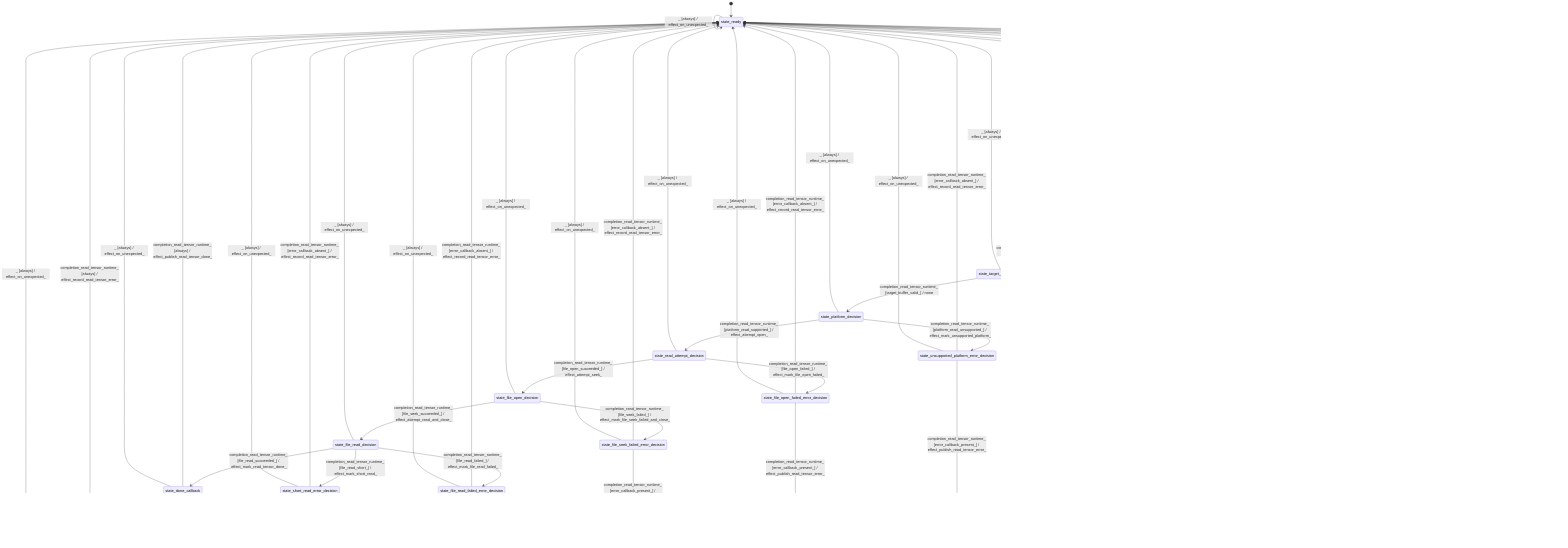
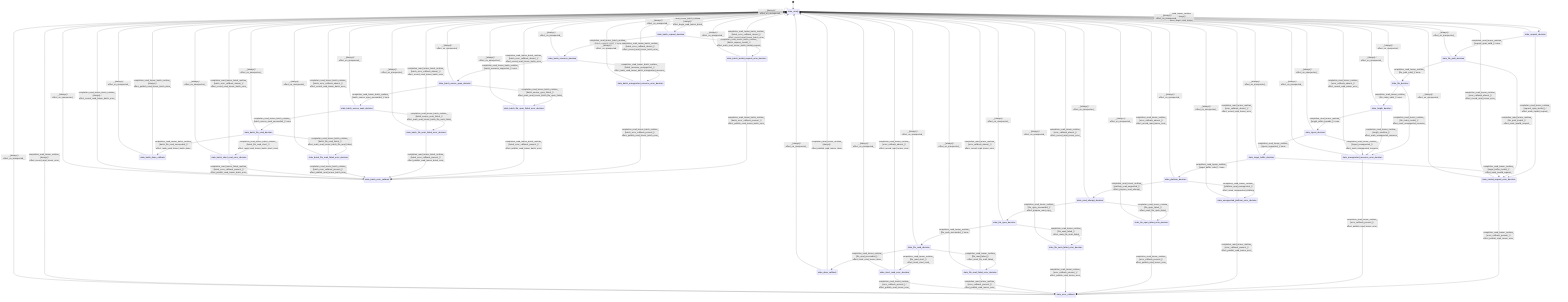
stateDiagram-v2
  direction TB
  [*] --> state_ready
  state_ready --> state_request_decision : read_tensor_runtime [always] / effect_begin_read_tensor_
  state_request_decision --> state_file_path_decision : completion_read_tensor_runtime_ [request_span_valid_] / none
  state_request_decision --> state_invalid_request_error_decision : completion_read_tensor_runtime_ [request_span_invalid_] / effect_mark_invalid_request_
  state_file_path_decision --> state_file_decision : completion_read_tensor_runtime_ [file_path_valid_] / none
  state_file_path_decision --> state_invalid_request_error_decision : completion_read_tensor_runtime_ [file_path_invalid_] / effect_mark_invalid_request_
  state_file_decision --> state_length_decision : completion_read_tensor_runtime_ [file_index_valid_] / none
  state_file_decision --> state_unsupported_resource_error_decision : completion_read_tensor_runtime_ [file_index_invalid_] / effect_mark_unsupported_resource_
  state_length_decision --> state_layout_decision : completion_read_tensor_runtime_ [length_within_bounds_] / none
  state_length_decision --> state_unsupported_resource_error_decision : completion_read_tensor_runtime_ [length_overflow_] / effect_mark_unsupported_resource_
  state_layout_decision --> state_target_buffer_decision : completion_read_tensor_runtime_ [layout_supported_] / none
  state_layout_decision --> state_unsupported_resource_error_decision : completion_read_tensor_runtime_ [layout_unsupported_] / effect_mark_unsupported_resource_
  state_target_buffer_decision --> state_platform_decision : completion_read_tensor_runtime_ [target_buffer_valid_] / none
  state_target_buffer_decision --> state_invalid_request_error_decision : completion_read_tensor_runtime_ [target_buffer_invalid_] / effect_mark_invalid_request_
-   state_platform_decision --> state_read_attempt_decision : completion_read_tensor_runtime_ [platform_read_supported_] / effect_attempt_open_
+   state_platform_decision --> state_read_attempt_decision : completion_read_tensor_runtime_ [platform_read_supported_] / effect_prepare_read_attempt_
  state_platform_decision --> state_unsupported_platform_error_decision : completion_read_tensor_runtime_ [platform_read_unsupported_] / effect_mark_unsupported_platform_
-   state_read_attempt_decision --> state_file_open_decision : completion_read_tensor_runtime_ [file_open_succeeded_] / effect_attempt_seek_
+   state_read_attempt_decision --> state_file_open_decision : completion_read_tensor_runtime_ [file_open_succeeded_] / effect_prepare_read_copy_
  state_read_attempt_decision --> state_file_open_failed_error_decision : completion_read_tensor_runtime_ [file_open_failed_] / effect_mark_file_open_failed_
-   state_file_open_decision --> state_file_read_decision : completion_read_tensor_runtime_ [file_seek_succeeded_] / effect_attempt_read_and_close_
-   state_file_open_decision --> state_file_seek_failed_error_decision : completion_read_tensor_runtime_ [file_seek_failed_] / effect_mark_file_seek_failed_and_close_
+   state_file_open_decision --> state_file_read_decision : completion_read_tensor_runtime_ [file_seek_succeeded_] / none
+   state_file_open_decision --> state_file_seek_failed_error_decision : completion_read_tensor_runtime_ [file_seek_failed_] / effect_mark_file_seek_failed_
  state_file_read_decision --> state_file_read_failed_error_decision : completion_read_tensor_runtime_ [file_read_failed_] / effect_mark_file_read_failed_
  state_file_read_decision --> state_short_read_error_decision : completion_read_tensor_runtime_ [file_read_short_] / effect_mark_short_read_
  state_file_read_decision --> state_done_callback : completion_read_tensor_runtime_ [file_read_succeeded_] / effect_mark_read_tensor_done_
  state_done_callback --> state_ready : completion_read_tensor_runtime_ [always] / effect_publish_read_tensor_done_
+   state_ready --> state_batch_request_decision : read_tensor_batch_runtime [always] / effect_begin_read_tensor_batch_
+   state_batch_request_decision --> state_batch_resource_decision : completion_read_tensor_batch_runtime_ [batch_request_valid_] / none
+   state_batch_request_decision --> state_batch_invalid_request_error_decision : completion_read_tensor_batch_runtime_ [batch_request_invalid_] / effect_mark_read_tensor_batch_invalid_request_
+   state_batch_resource_decision --> state_batch_source_open_decision : completion_read_tensor_batch_runtime_ [batch_resource_supported_] / none
+   state_batch_resource_decision --> state_batch_unsupported_resource_error_decision : completion_read_tensor_batch_runtime_ [batch_resource_unsupported_] / effect_mark_read_tensor_batch_unsupported_resource_
+   state_batch_source_open_decision --> state_batch_source_seek_decision : completion_read_tensor_batch_runtime_ [batch_source_open_succeeded_] / none
+   state_batch_source_open_decision --> state_batch_file_open_failed_error_decision : completion_read_tensor_batch_runtime_ [batch_source_open_failed_] / effect_mark_read_tensor_batch_file_open_failed_
+   state_batch_source_seek_decision --> state_batch_file_read_decision : completion_read_tensor_batch_runtime_ [batch_source_seek_succeeded_] / none
+   state_batch_source_seek_decision --> state_batch_file_seek_failed_error_decision : completion_read_tensor_batch_runtime_ [batch_source_seek_failed_] / effect_mark_read_tensor_batch_file_seek_failed_
+   state_batch_file_read_decision --> state_batch_file_read_failed_error_decision : completion_read_tensor_batch_runtime_ [batch_file_read_failed_] / effect_mark_read_tensor_batch_file_read_failed_
+   state_batch_file_read_decision --> state_batch_short_read_error_decision : completion_read_tensor_batch_runtime_ [batch_file_read_short_] / effect_mark_read_tensor_batch_short_read_
+   state_batch_file_read_decision --> state_batch_done_callback : completion_read_tensor_batch_runtime_ [batch_file_read_succeeded_] / effect_mark_read_tensor_batch_done_
+   state_batch_done_callback --> state_ready : completion_read_tensor_batch_runtime_ [always] / effect_publish_read_tensor_batch_done_
  state_invalid_request_error_decision --> state_error_callback : completion_read_tensor_runtime_ [error_callback_present_] / effect_publish_read_tensor_error_
  state_invalid_request_error_decision --> state_ready : completion_read_tensor_runtime_ [error_callback_absent_] / effect_record_read_tensor_error_
  state_unsupported_resource_error_decision --> state_error_callback : completion_read_tensor_runtime_ [error_callback_present_] / effect_publish_read_tensor_error_
  state_unsupported_resource_error_decision --> state_ready : completion_read_tensor_runtime_ [error_callback_absent_] / effect_record_read_tensor_error_
  state_unsupported_platform_error_decision --> state_error_callback : completion_read_tensor_runtime_ [error_callback_present_] / effect_publish_read_tensor_error_
  state_unsupported_platform_error_decision --> state_ready : completion_read_tensor_runtime_ [error_callback_absent_] / effect_record_read_tensor_error_
  state_file_open_failed_error_decision --> state_error_callback : completion_read_tensor_runtime_ [error_callback_present_] / effect_publish_read_tensor_error_
  state_file_open_failed_error_decision --> state_ready : completion_read_tensor_runtime_ [error_callback_absent_] / effect_record_read_tensor_error_
  state_file_seek_failed_error_decision --> state_error_callback : completion_read_tensor_runtime_ [error_callback_present_] / effect_publish_read_tensor_error_
  state_file_seek_failed_error_decision --> state_ready : completion_read_tensor_runtime_ [error_callback_absent_] / effect_record_read_tensor_error_
  state_file_read_failed_error_decision --> state_error_callback : completion_read_tensor_runtime_ [error_callback_present_] / effect_publish_read_tensor_error_
  state_file_read_failed_error_decision --> state_ready : completion_read_tensor_runtime_ [error_callback_absent_] / effect_record_read_tensor_error_
  state_short_read_error_decision --> state_error_callback : completion_read_tensor_runtime_ [error_callback_present_] / effect_publish_read_tensor_error_
  state_short_read_error_decision --> state_ready : completion_read_tensor_runtime_ [error_callback_absent_] / effect_record_read_tensor_error_
  state_error_callback --> state_ready : completion_read_tensor_runtime_ [always] / effect_record_read_tensor_error_
+   state_batch_invalid_request_error_decision --> state_batch_error_callback : completion_read_tensor_batch_runtime_ [batch_error_callback_present_] / effect_publish_read_tensor_batch_error_
+   state_batch_invalid_request_error_decision --> state_ready : completion_read_tensor_batch_runtime_ [batch_error_callback_absent_] / effect_record_read_tensor_batch_error_
+   state_batch_unsupported_resource_error_decision --> state_batch_error_callback : completion_read_tensor_batch_runtime_ [batch_error_callback_present_] / effect_publish_read_tensor_batch_error_
+   state_batch_unsupported_resource_error_decision --> state_ready : completion_read_tensor_batch_runtime_ [batch_error_callback_absent_] / effect_record_read_tensor_batch_error_
+   state_batch_file_open_failed_error_decision --> state_batch_error_callback : completion_read_tensor_batch_runtime_ [batch_error_callback_present_] / effect_publish_read_tensor_batch_error_
+   state_batch_file_open_failed_error_decision --> state_ready : completion_read_tensor_batch_runtime_ [batch_error_callback_absent_] / effect_record_read_tensor_batch_error_
+   state_batch_file_seek_failed_error_decision --> state_batch_error_callback : completion_read_tensor_batch_runtime_ [batch_error_callback_present_] / effect_publish_read_tensor_batch_error_
+   state_batch_file_seek_failed_error_decision --> state_ready : completion_read_tensor_batch_runtime_ [batch_error_callback_absent_] / effect_record_read_tensor_batch_error_
+   state_batch_file_read_failed_error_decision --> state_batch_error_callback : completion_read_tensor_batch_runtime_ [batch_error_callback_present_] / effect_publish_read_tensor_batch_error_
+   state_batch_file_read_failed_error_decision --> state_ready : completion_read_tensor_batch_runtime_ [batch_error_callback_absent_] / effect_record_read_tensor_batch_error_
+   state_batch_short_read_error_decision --> state_batch_error_callback : completion_read_tensor_batch_runtime_ [batch_error_callback_present_] / effect_publish_read_tensor_batch_error_
+   state_batch_short_read_error_decision --> state_ready : completion_read_tensor_batch_runtime_ [batch_error_callback_absent_] / effect_record_read_tensor_batch_error_
+   state_batch_error_callback --> state_ready : completion_read_tensor_batch_runtime_ [always] / effect_record_read_tensor_batch_error_
  state_ready --> state_ready : _ [always] / effect_on_unexpected_
  state_request_decision --> state_ready : _ [always] / effect_on_unexpected_
  state_file_path_decision --> state_ready : _ [always] / effect_on_unexpected_
  state_file_decision --> state_ready : _ [always] / effect_on_unexpected_
  state_length_decision --> state_ready : _ [always] / effect_on_unexpected_
  state_layout_decision --> state_ready : _ [always] / effect_on_unexpected_
  state_target_buffer_decision --> state_ready : _ [always] / effect_on_unexpected_
  state_platform_decision --> state_ready : _ [always] / effect_on_unexpected_
  state_read_attempt_decision --> state_ready : _ [always] / effect_on_unexpected_
  state_file_open_decision --> state_ready : _ [always] / effect_on_unexpected_
  state_file_read_decision --> state_ready : _ [always] / effect_on_unexpected_
  state_done_callback --> state_ready : _ [always] / effect_on_unexpected_
  state_invalid_request_error_decision --> state_ready : _ [always] / effect_on_unexpected_
  state_unsupported_resource_error_decision --> state_ready : _ [always] / effect_on_unexpected_
  state_unsupported_platform_error_decision --> state_ready : _ [always] / effect_on_unexpected_
  state_file_open_failed_error_decision --> state_ready : _ [always] / effect_on_unexpected_
  state_file_seek_failed_error_decision --> state_ready : _ [always] / effect_on_unexpected_
  state_file_read_failed_error_decision --> state_ready : _ [always] / effect_on_unexpected_
  state_short_read_error_decision --> state_ready : _ [always] / effect_on_unexpected_
  state_error_callback --> state_ready : _ [always] / effect_on_unexpected_
+   state_batch_request_decision --> state_ready : _ [always] / effect_on_unexpected_
+   state_batch_resource_decision --> state_ready : _ [always] / effect_on_unexpected_
+   state_batch_source_open_decision --> state_ready : _ [always] / effect_on_unexpected_
+   state_batch_source_seek_decision --> state_ready : _ [always] / effect_on_unexpected_
+   state_batch_file_read_decision --> state_ready : _ [always] / effect_on_unexpected_
+   state_batch_done_callback --> state_ready : _ [always] / effect_on_unexpected_
+   state_batch_invalid_request_error_decision --> state_ready : _ [always] / effect_on_unexpected_
+   state_batch_unsupported_resource_error_decision --> state_ready : _ [always] / effect_on_unexpected_
+   state_batch_file_open_failed_error_decision --> state_ready : _ [always] / effect_on_unexpected_
+   state_batch_file_seek_failed_error_decision --> state_ready : _ [always] / effect_on_unexpected_
+   state_batch_file_read_failed_error_decision --> state_ready : _ [always] / effect_on_unexpected_
+   state_batch_short_read_error_decision --> state_ready : _ [always] / effect_on_unexpected_
+   state_batch_error_callback --> state_ready : _ [always] / effect_on_unexpected_
